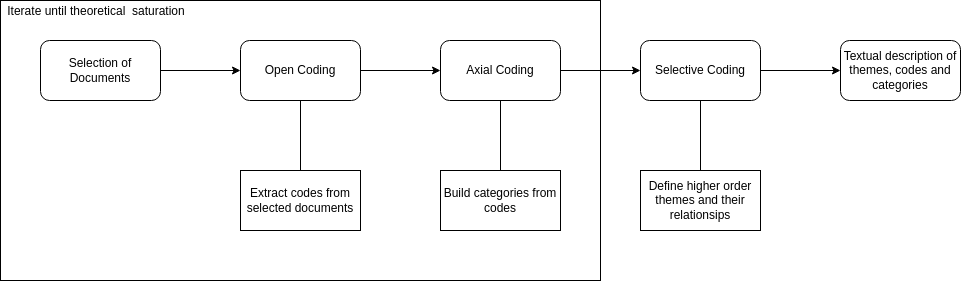
Above: methodology/methodology_1.png in ruizsalvat/Master-Project-Information-Sciences (draw.io), before the change. Source tidied: cells renumbered, new cells last; positions are measured from the earlier drawing's top-left corner, leaving out a move shared by most shapes. The source it was exported from:
```xml
<mxGraphModel>
  <root>
    <mxCell id="0" />
    <mxCell id="1" parent="0" />
    <mxCell id="2" style="edgeStyle=orthogonalEdgeStyle;rounded=0;jettySize=auto;html=1;entryX=0;entryY=0.5;entryDx=0;entryDy=0;" parent="1" edge="1" source="4" target="7">
      <mxGeometry relative="1" as="geometry" />
    </mxCell>
    <mxCell id="3" style="edgeStyle=orthogonalEdgeStyle;rounded=0;jettySize=auto;html=1;entryX=0.5;entryY=0;entryDx=0;entryDy=0;endArrow=none;endFill=0;" parent="1" edge="1" source="4" target="11">
      <mxGeometry relative="1" as="geometry" />
    </mxCell>
    <mxCell id="4" value="Open Coding" style="rounded=1;whiteSpace=wrap;html=1;" parent="1" vertex="1">
      <mxGeometry x="240" y="40" width="120" height="60" as="geometry" />
    </mxCell>
    <mxCell id="5" style="edgeStyle=orthogonalEdgeStyle;rounded=0;jettySize=auto;html=1;entryX=0;entryY=0.5;entryDx=0;entryDy=0;" parent="1" edge="1" source="7" target="10">
      <mxGeometry relative="1" as="geometry" />
    </mxCell>
    <mxCell id="6" style="edgeStyle=orthogonalEdgeStyle;rounded=0;jettySize=auto;html=1;entryX=0.5;entryY=0;entryDx=0;entryDy=0;endArrow=none;endFill=0;" parent="1" edge="1" source="7" target="12">
      <mxGeometry relative="1" as="geometry" />
    </mxCell>
    <mxCell id="7" value="Axial Coding" style="rounded=1;whiteSpace=wrap;html=1;" parent="1" vertex="1">
      <mxGeometry x="440" y="40" width="120" height="60" as="geometry" />
    </mxCell>
    <mxCell id="8" style="edgeStyle=orthogonalEdgeStyle;rounded=0;jettySize=auto;html=1;entryX=0.5;entryY=0;entryDx=0;entryDy=0;endArrow=none;endFill=0;" parent="1" edge="1" source="10" target="13">
      <mxGeometry relative="1" as="geometry" />
    </mxCell>
    <mxCell id="9" style="edgeStyle=orthogonalEdgeStyle;rounded=0;jettySize=auto;html=1;entryX=0;entryY=0.5;entryDx=0;entryDy=0;" parent="1" edge="1" source="10" target="16">
      <mxGeometry relative="1" as="geometry" />
    </mxCell>
    <mxCell id="10" value="Selective Coding" style="rounded=1;whiteSpace=wrap;html=1;" parent="1" vertex="1">
      <mxGeometry x="640" y="40" width="120" height="60" as="geometry" />
    </mxCell>
    <mxCell id="11" value="Extract codes from selected documents" style="rounded=0;whiteSpace=wrap;html=1;" parent="1" vertex="1">
      <mxGeometry x="240" y="170" width="120" height="60" as="geometry" />
    </mxCell>
    <mxCell id="12" value="Build categories from codes" style="rounded=0;whiteSpace=wrap;html=1;" parent="1" vertex="1">
      <mxGeometry x="440" y="170" width="120" height="60" as="geometry" />
    </mxCell>
    <mxCell id="13" value="Define higher order themes and their relationsips" style="rounded=0;whiteSpace=wrap;html=1;" parent="1" vertex="1">
      <mxGeometry x="640" y="170" width="120" height="60" as="geometry" />
    </mxCell>
    <mxCell id="14" style="edgeStyle=orthogonalEdgeStyle;rounded=0;jettySize=auto;html=1;entryX=0;entryY=0.5;entryDx=0;entryDy=0;" parent="1" edge="1" source="15" target="4">
      <mxGeometry relative="1" as="geometry" />
    </mxCell>
    <mxCell id="15" value="Selection of Documents" style="rounded=1;whiteSpace=wrap;html=1;" parent="1" vertex="1">
      <mxGeometry x="40" y="40" width="120" height="60" as="geometry" />
    </mxCell>
    <mxCell id="16" value="Textual description of themes, codes and categories" style="rounded=1;whiteSpace=wrap;html=1;" parent="1" vertex="1">
      <mxGeometry x="840" y="40" width="120" height="60" as="geometry" />
    </mxCell>
    <mxCell id="17" style="rounded=0;whiteSpace=wrap;html=1;fillColor=none;" parent="1" vertex="1">
      <mxGeometry width="600" height="280" as="geometry" />
    </mxCell>
    <mxCell id="18" value="Iterate until theoretical&amp;nbsp; saturation" style="text;html=1;align=center;verticalAlign=middle;whiteSpace=wrap;rounded=0;" parent="1" vertex="1">
      <mxGeometry x="1" y="1" width="190" height="20" as="geometry" />
    </mxCell>
  </root>
</mxGraphModel>
```
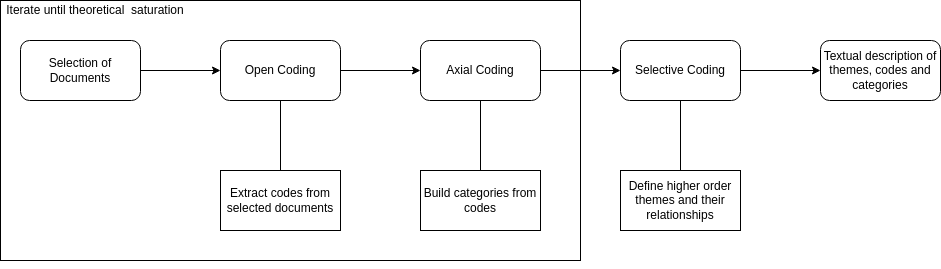
Later version of the same file.

Change to the diagram source:
```diff
@@ -35,7 +35,7 @@
     <mxCell id="12" value="Build categories from codes" style="rounded=0;whiteSpace=wrap;html=1;" parent="1" vertex="1">
       <mxGeometry x="440" y="170" width="120" height="60" as="geometry" />
     </mxCell>
-    <mxCell id="13" value="Define higher order themes and their relationsips" style="rounded=0;whiteSpace=wrap;html=1;" parent="1" vertex="1">
+    <mxCell id="13" value="Define higher order themes and their relationships" style="rounded=0;whiteSpace=wrap;html=1;" parent="1" vertex="1">
       <mxGeometry x="640" y="170" width="120" height="60" as="geometry" />
     </mxCell>
     <mxCell id="14" style="edgeStyle=orthogonalEdgeStyle;rounded=0;jettySize=auto;html=1;entryX=0;entryY=0.5;entryDx=0;entryDy=0;" parent="1" edge="1" source="15" target="4">
@@ -48,10 +48,13 @@
       <mxGeometry x="840" y="40" width="120" height="60" as="geometry" />
     </mxCell>
     <mxCell id="17" style="rounded=0;whiteSpace=wrap;html=1;fillColor=none;" parent="1" vertex="1">
-      <mxGeometry width="600" height="280" as="geometry" />
+      <mxGeometry x="20" width="580" height="260" as="geometry" />
     </mxCell>
     <mxCell id="18" value="Iterate until theoretical&amp;nbsp; saturation" style="text;html=1;align=center;verticalAlign=middle;whiteSpace=wrap;rounded=0;" parent="1" vertex="1">
-      <mxGeometry x="1" y="1" width="190" height="20" as="geometry" />
+      <mxGeometry x="20" width="190" height="20" as="geometry" />
     </mxCell>
+    <mxCell id="19" style="edgeStyle=orthogonalEdgeStyle;rounded=0;orthogonalLoop=1;jettySize=auto;html=1;exitX=0.5;exitY=1;exitDx=0;exitDy=0;" parent="1" edge="1" source="17" target="17">
+      <mxGeometry relative="1" as="geometry" />
+    </mxCell>
   </root>
 </mxGraphModel>
```
